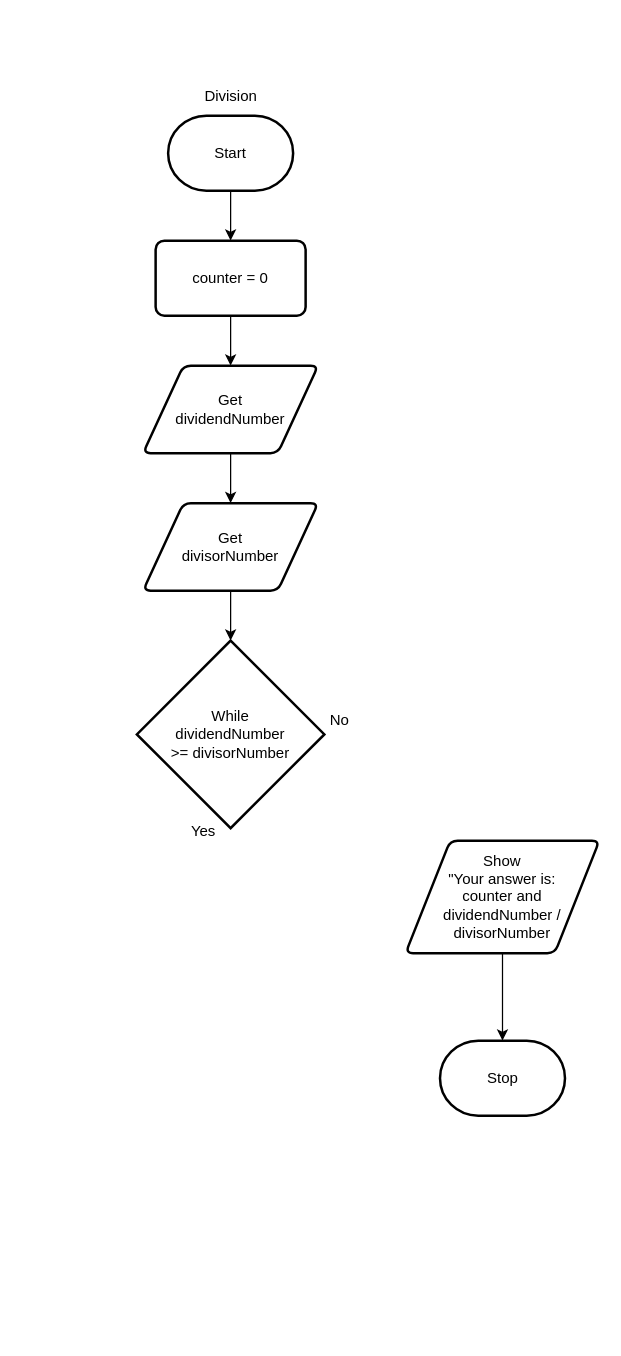
Earlier version of the draw.io diagram design/flowchart.drawio (MTHS-ICD2O-1-2024/ICD2O-Unit-5-08-Ain-Jeong). Source tidied: cells renumbered, new cells numbered last; positions are measured from the earlier drawing's top-left corner, leaving out a move shared by most shapes. Both pictures are drawn from the tidied source at 125%, with x=0, y=0 at pixel (136, 78).
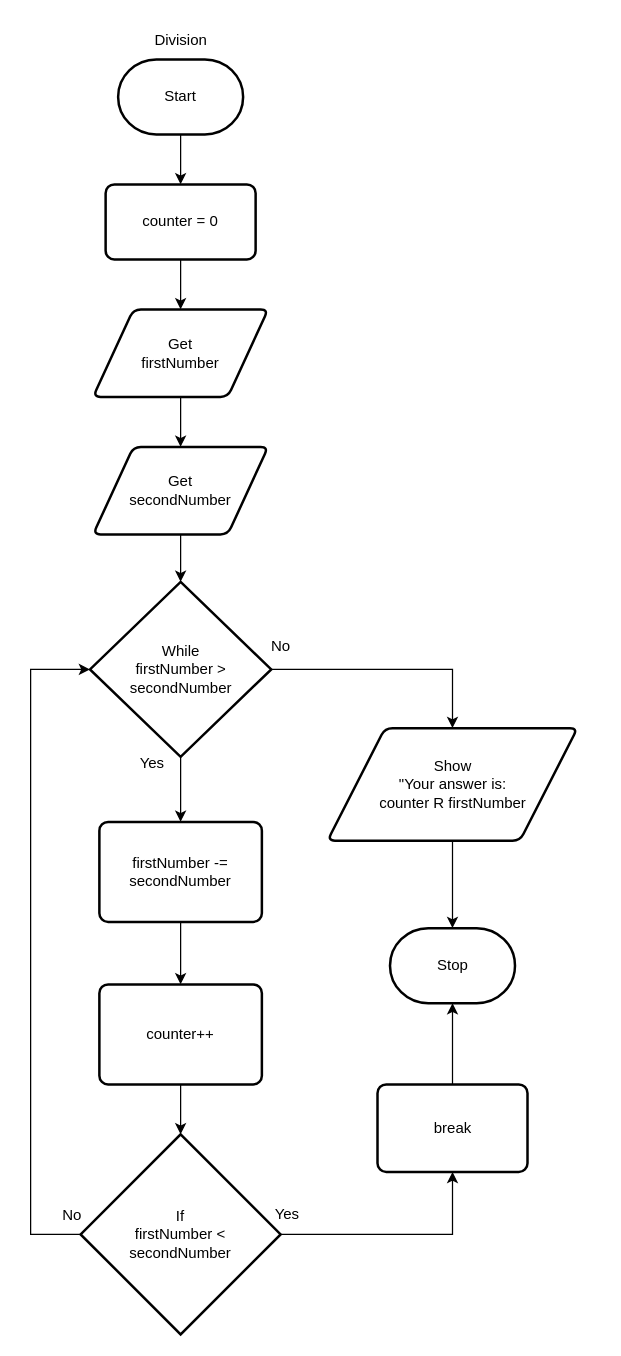
Above is the later version.

What changed in the source:
```diff
@@
     <mxCell id="3" value="Start" style="strokeWidth=2;html=1;shape=mxgraph.flowchart.terminator;whiteSpace=wrap;" parent="1" vertex="1">
-      <mxGeometry x="25" y="30" width="100" height="60" as="geometry" />
+      <mxGeometry x="-15" y="-15" width="100" height="60" as="geometry" />
     </mxCell>
     <mxCell id="4" value="Division" style="text;html=1;align=center;verticalAlign=middle;strokeColor=none;fillColor=none;" parent="1" vertex="1">
-      <mxGeometry x="40" width="70" height="30" as="geometry" />
+      <mxGeometry y="-45" width="70" height="30" as="geometry" />
     </mxCell>
@@
     <mxCell id="6" value="counter = 0" style="rounded=1;whiteSpace=wrap;html=1;absoluteArcSize=1;arcSize=14;strokeWidth=2;" parent="1" vertex="1">
-      <mxGeometry x="15" y="130" width="120" height="60" as="geometry" />
+      <mxGeometry x="-25" y="85" width="120" height="60" as="geometry" />
     </mxCell>
@@
-    <mxCell id="8" value="Get&lt;div&gt;dividendNumber&lt;/div&gt;" style="shape=parallelogram;html=1;strokeWidth=2;perimeter=parallelogramPerimeter;whiteSpace=wrap;rounded=1;arcSize=12;size=0.23;" parent="1" vertex="1">
-      <mxGeometry x="5" y="230" width="140" height="70" as="geometry" />
+    <mxCell id="8" value="Get&lt;div&gt;firstNumber&lt;/div&gt;" style="shape=parallelogram;html=1;strokeWidth=2;perimeter=parallelogramPerimeter;whiteSpace=wrap;rounded=1;arcSize=12;size=0.23;" parent="1" vertex="1">
+      <mxGeometry x="-35" y="185" width="140" height="70" as="geometry" />
     </mxCell>
-    <mxCell id="9" value="Get&lt;div&gt;divisorNumber&lt;/div&gt;" style="shape=parallelogram;html=1;strokeWidth=2;perimeter=parallelogramPerimeter;whiteSpace=wrap;rounded=1;arcSize=12;size=0.23;" parent="1" vertex="1">
-      <mxGeometry x="5" y="340" width="140" height="70" as="geometry" />
+    <mxCell id="9" value="Get&lt;div&gt;secondNumber&lt;/div&gt;" style="shape=parallelogram;html=1;strokeWidth=2;perimeter=parallelogramPerimeter;whiteSpace=wrap;rounded=1;arcSize=12;size=0.23;" parent="1" vertex="1">
+      <mxGeometry x="-35" y="295" width="140" height="70" as="geometry" />
     </mxCell>
+    <mxCell id="17" style="edgeStyle=none;html=1;entryX=0.5;entryY=0;entryDx=0;entryDy=0;" parent="1" edge="1" source="10" target="20">
+      <mxGeometry relative="1" as="geometry" />
+    </mxCell>
+    <mxCell id="18" style="edgeStyle=orthogonalEdgeStyle;html=1;entryX=0.5;entryY=0;entryDx=0;entryDy=0;rounded=0;curved=0;" parent="1" edge="1" source="10" target="11">
+      <mxGeometry relative="1" as="geometry" />
+    </mxCell>
-    <mxCell id="10" value="While&lt;div&gt;dividendNumber&lt;/div&gt;&lt;div&gt;&amp;gt;= divisorNumber&lt;/div&gt;" style="strokeWidth=2;html=1;shape=mxgraph.flowchart.decision;whiteSpace=wrap;" parent="1" vertex="1">
-      <mxGeometry y="450" width="150" height="150" as="geometry" />
+    <mxCell id="10" value="While&lt;div&gt;firstNumber &amp;gt;&lt;/div&gt;&lt;div&gt;secondNumber&lt;/div&gt;" style="strokeWidth=2;html=1;shape=mxgraph.flowchart.decision;whiteSpace=wrap;" parent="1" vertex="1">
+      <mxGeometry x="-37.5" y="403" width="145" height="140" as="geometry" />
     </mxCell>
-    <mxCell id="11" value="Show&lt;div&gt;&quot;Your answer is:&lt;/div&gt;&lt;div&gt;counter and dividendNumber / divisorNumber&lt;/div&gt;" style="shape=parallelogram;html=1;strokeWidth=2;perimeter=parallelogramPerimeter;whiteSpace=wrap;rounded=1;arcSize=12;size=0.23;" parent="1" vertex="1">
-      <mxGeometry x="215" y="610" width="155" height="90" as="geometry" />
+    <mxCell id="11" value="Show&lt;div&gt;&quot;Your answer is:&lt;/div&gt;&lt;div&gt;counter R firstNumber&lt;/div&gt;" style="shape=parallelogram;html=1;strokeWidth=2;perimeter=parallelogramPerimeter;whiteSpace=wrap;rounded=1;arcSize=12;size=0.23;" parent="1" vertex="1">
+      <mxGeometry x="152.5" y="520" width="200" height="90" as="geometry" />
     </mxCell>
     <mxCell id="12" value="Stop" style="strokeWidth=2;html=1;shape=mxgraph.flowchart.terminator;whiteSpace=wrap;" parent="1" vertex="1">
-      <mxGeometry x="242.5" y="770" width="100" height="60" as="geometry" />
+      <mxGeometry x="202.5" y="680" width="100" height="60" as="geometry" />
     </mxCell>
@@
     <mxCell id="15" value="Yes" style="text;html=1;align=center;verticalAlign=middle;strokeColor=none;fillColor=none;" parent="1" vertex="1">
-      <mxGeometry x="33" y="588" width="40" height="30" as="geometry" />
+      <mxGeometry x="-8" y="533" width="40" height="30" as="geometry" />
     </mxCell>
     <mxCell id="16" value="No" style="text;html=1;align=center;verticalAlign=middle;strokeColor=none;fillColor=none;" parent="1" vertex="1">
-      <mxGeometry x="142" y="499" width="40" height="30" as="geometry" />
+      <mxGeometry x="95" y="440" width="40" height="30" as="geometry" />
     </mxCell>
+    <mxCell id="19" style="edgeStyle=none;html=1;entryX=0.5;entryY=0;entryDx=0;entryDy=0;" parent="1" edge="1" source="20" target="21">
+      <mxGeometry relative="1" as="geometry" />
+    </mxCell>
+    <mxCell id="20" value="firstNumber -= secondNumber" style="rounded=1;whiteSpace=wrap;html=1;absoluteArcSize=1;arcSize=14;strokeWidth=2;" parent="1" vertex="1">
+      <mxGeometry x="-30" y="595" width="130" height="80" as="geometry" />
+    </mxCell>
+    <mxCell id="21" value="counter++" style="rounded=1;whiteSpace=wrap;html=1;absoluteArcSize=1;arcSize=14;strokeWidth=2;" parent="1" vertex="1">
+      <mxGeometry x="-30" y="725" width="130" height="80" as="geometry" />
+    </mxCell>
+    <mxCell id="22" style="edgeStyle=orthogonalEdgeStyle;html=1;entryX=0.5;entryY=1;entryDx=0;entryDy=0;rounded=0;curved=0;" parent="1" edge="1" source="23" target="24">
+      <mxGeometry relative="1" as="geometry" />
+    </mxCell>
+    <mxCell id="23" value="If&lt;div&gt;firstNumber &amp;lt;&lt;/div&gt;&lt;div&gt;secondNumber&lt;/div&gt;" style="strokeWidth=2;html=1;shape=mxgraph.flowchart.decision;whiteSpace=wrap;" parent="1" vertex="1">
+      <mxGeometry x="-45" y="845" width="160" height="160" as="geometry" />
+    </mxCell>
+    <mxCell id="24" value="break" style="rounded=1;whiteSpace=wrap;html=1;absoluteArcSize=1;arcSize=14;strokeWidth=2;" parent="1" vertex="1">
+      <mxGeometry x="192.5" y="805" width="120" height="70" as="geometry" />
+    </mxCell>
+    <mxCell id="25" style="edgeStyle=none;html=1;entryX=0.5;entryY=0;entryDx=0;entryDy=0;entryPerimeter=0;" parent="1" edge="1" source="21" target="23">
+      <mxGeometry relative="1" as="geometry" />
+    </mxCell>
+    <mxCell id="26" style="edgeStyle=orthogonalEdgeStyle;html=1;entryX=0;entryY=0.5;entryDx=0;entryDy=0;entryPerimeter=0;rounded=0;curved=0;" parent="1" edge="1" source="23" target="10">
+      <mxGeometry relative="1" as="geometry">
+        <Array as="points">
+          <mxPoint x="-85" y="925" />
+          <mxPoint x="-85" y="473" />
+        </Array>
+      </mxGeometry>
+    </mxCell>
+    <mxCell id="27" style="edgeStyle=none;html=1;entryX=0.5;entryY=1;entryDx=0;entryDy=0;entryPerimeter=0;" parent="1" edge="1" source="24" target="12">
+      <mxGeometry relative="1" as="geometry" />
+    </mxCell>
+    <mxCell id="28" value="Yes" style="text;html=1;align=center;verticalAlign=middle;strokeColor=none;fillColor=none;" parent="1" vertex="1">
+      <mxGeometry x="100" y="894" width="40" height="30" as="geometry" />
+    </mxCell>
+    <mxCell id="29" value="No" style="text;html=1;align=center;verticalAlign=middle;strokeColor=none;fillColor=none;" parent="1" vertex="1">
+      <mxGeometry x="-72" y="895" width="40" height="30" as="geometry" />
+    </mxCell>
```
